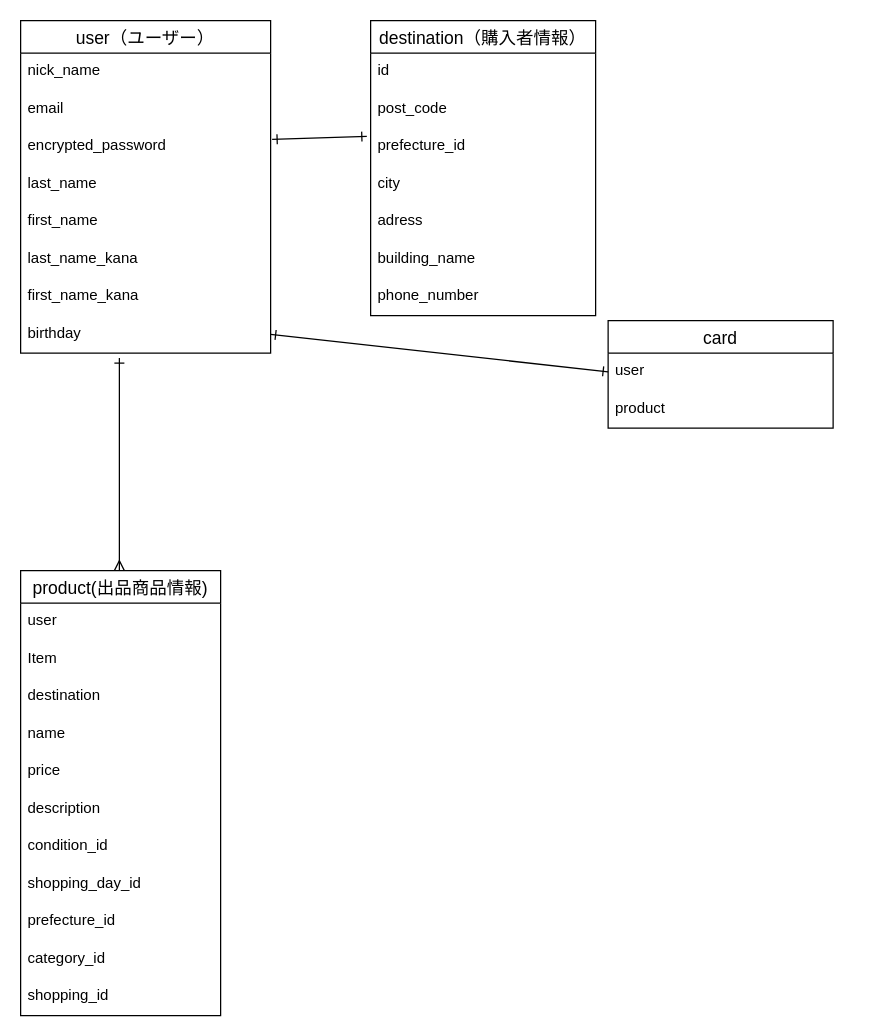
The draw.io diagram Furima.dio in yk-kasshi/furima-39089, before the edit. Source tidied: cells renumbered, new cells numbered last; positions are measured from the earlier drawing's top-left corner, leaving out a move shared by most shapes. Both pictures are drawn from the tidied source at 125%, with x=0, y=0 at pixel (20, 20).
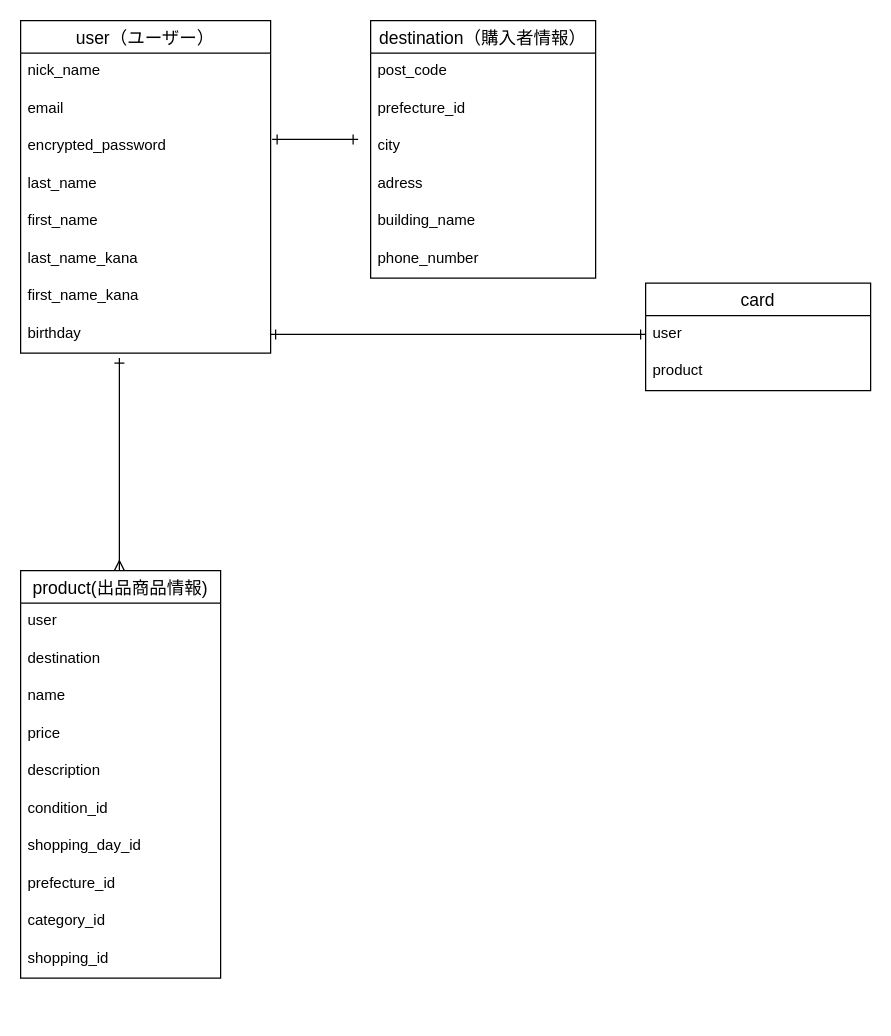
Above is the later version.

Commit message:
データベース設計の修正９

Unchanged cells that the change refers to:
```xml
<mxCell id="5" value="encrypted_password" style="text;strokeColor=none;fillColor=none;spacingLeft=4;spacingRight=4;overflow=hidden;points=[[0,0.5],[1,0.5]];portConstraint=eastwest;fontSize=12;rounded=0;" parent="2" vertex="1">
  <mxGeometry y="86" width="200" height="30" as="geometry" />
</mxCell>
```

The edit, as a diff of the source:
```diff
@@
     <mxCell id="12" value="product(出品商品情報)" style="swimlane;fontStyle=0;horizontal=1;startSize=26;align=center;fontSize=14;rounded=0;strokeColor=default;direction=east;perimeterSpacing=0;" parent="1" vertex="1">
-      <mxGeometry y="440" width="160" height="356" as="geometry" />
+      <mxGeometry y="440" width="160" height="326" as="geometry" />
     </mxCell>
@@
-    <mxCell id="14" value="Item" style="text;strokeColor=none;fillColor=none;spacingLeft=4;spacingRight=4;overflow=hidden;fontSize=12;" parent="12" vertex="1">
-      <mxGeometry y="56" width="160" height="30" as="geometry" />
-    </mxCell>
     <mxCell id="15" value="destination" style="text;strokeColor=none;fillColor=none;spacingLeft=4;spacingRight=4;overflow=hidden;fontSize=12;" parent="12" vertex="1">
-      <mxGeometry y="86" width="160" height="30" as="geometry" />
+      <mxGeometry y="56" width="160" height="30" as="geometry" />
     </mxCell>
     <mxCell id="16" value="name" style="text;strokeColor=none;fillColor=none;spacingLeft=4;spacingRight=4;overflow=hidden;fontSize=12;rounded=0;" parent="12" vertex="1">
-      <mxGeometry y="116" width="160" height="30" as="geometry" />
+      <mxGeometry y="86" width="160" height="30" as="geometry" />
     </mxCell>
     <mxCell id="17" value="price" style="text;strokeColor=none;fillColor=none;spacingLeft=4;spacingRight=4;overflow=hidden;fontSize=12;rounded=0;" parent="12" vertex="1">
-      <mxGeometry y="146" width="160" height="30" as="geometry" />
+      <mxGeometry y="116" width="160" height="30" as="geometry" />
     </mxCell>
     <mxCell id="18" value="description&#10;" style="text;strokeColor=none;fillColor=none;spacingLeft=4;spacingRight=4;overflow=hidden;fontSize=12;" parent="12" vertex="1">
-      <mxGeometry y="176" width="160" height="30" as="geometry" />
+      <mxGeometry y="146" width="160" height="30" as="geometry" />
     </mxCell>
     <mxCell id="19" value="condition_id" style="text;strokeColor=none;fillColor=none;spacingLeft=4;spacingRight=4;overflow=hidden;fontSize=12;" parent="12" vertex="1">
-      <mxGeometry y="206" width="160" height="30" as="geometry" />
+      <mxGeometry y="176" width="160" height="30" as="geometry" />
     </mxCell>
     <mxCell id="20" value="shopping_day_id" style="text;strokeColor=none;fillColor=none;spacingLeft=4;spacingRight=4;overflow=hidden;fontSize=12;rounded=0;" parent="12" vertex="1">
-      <mxGeometry y="236" width="160" height="30" as="geometry" />
+      <mxGeometry y="206" width="160" height="30" as="geometry" />
     </mxCell>
     <mxCell id="21" value="prefecture_id" style="text;strokeColor=none;fillColor=none;spacingLeft=4;spacingRight=4;overflow=hidden;fontSize=12;rounded=0;" parent="12" vertex="1">
-      <mxGeometry y="266" width="160" height="30" as="geometry" />
+      <mxGeometry y="236" width="160" height="30" as="geometry" />
     </mxCell>
     <mxCell id="22" value="category_id" style="text;strokeColor=none;fillColor=none;spacingLeft=4;spacingRight=4;overflow=hidden;fontSize=12;rounded=0;" parent="12" vertex="1">
-      <mxGeometry y="296" width="160" height="30" as="geometry" />
+      <mxGeometry y="266" width="160" height="30" as="geometry" />
     </mxCell>
     <mxCell id="23" value="shopping_id" style="text;strokeColor=none;fillColor=none;spacingLeft=4;spacingRight=4;overflow=hidden;fontSize=12;rounded=0;" parent="12" vertex="1">
-      <mxGeometry y="326" width="160" height="30" as="geometry" />
+      <mxGeometry y="296" width="160" height="30" as="geometry" />
     </mxCell>
     <mxCell id="24" value="destination（購入者情報）" style="swimlane;fontStyle=0;horizontal=1;startSize=26;align=center;fontSize=14;rounded=0;" parent="1" vertex="1">
-      <mxGeometry x="280" width="180" height="236" as="geometry" />
+      <mxGeometry x="280" width="180" height="206" as="geometry" />
     </mxCell>
-    <mxCell id="25" value="id" style="text;strokeColor=none;fillColor=none;spacingLeft=4;spacingRight=4;overflow=hidden;fontSize=12;" parent="24" vertex="1">
-      <mxGeometry y="26" width="180" height="30" as="geometry" />
-    </mxCell>
     <mxCell id="26" value="post_code" style="text;strokeColor=none;fillColor=none;spacingLeft=4;spacingRight=4;overflow=hidden;fontSize=12;rounded=0;" parent="24" vertex="1">
-      <mxGeometry y="56" width="180" height="30" as="geometry" />
+      <mxGeometry y="26" width="180" height="30" as="geometry" />
     </mxCell>
     <mxCell id="27" value="prefecture_id" style="text;strokeColor=none;fillColor=none;spacingLeft=4;spacingRight=4;overflow=hidden;points=[[0,0.5],[1,0.5]];portConstraint=eastwest;fontSize=12;rounded=0;" parent="24" vertex="1">
-      <mxGeometry y="86" width="180" height="30" as="geometry" />
+      <mxGeometry y="56" width="180" height="30" as="geometry" />
     </mxCell>
     <mxCell id="28" value="city" style="text;strokeColor=none;fillColor=none;spacingLeft=4;spacingRight=4;overflow=hidden;fontSize=12;rounded=0;" parent="24" vertex="1">
-      <mxGeometry y="116" width="180" height="30" as="geometry" />
+      <mxGeometry y="86" width="180" height="30" as="geometry" />
     </mxCell>
     <mxCell id="29" value="adress" style="text;strokeColor=none;fillColor=none;spacingLeft=4;spacingRight=4;overflow=hidden;fontSize=12;rounded=0;" parent="24" vertex="1">
-      <mxGeometry y="146" width="180" height="30" as="geometry" />
+      <mxGeometry y="116" width="180" height="30" as="geometry" />
     </mxCell>
     <mxCell id="30" value="building_name" style="text;strokeColor=none;fillColor=none;spacingLeft=4;spacingRight=4;overflow=hidden;fontSize=12;rounded=0;" parent="24" vertex="1">
-      <mxGeometry y="176" width="180" height="30" as="geometry" />
+      <mxGeometry y="146" width="180" height="30" as="geometry" />
     </mxCell>
     <mxCell id="31" value="phone_number" style="text;strokeColor=none;fillColor=none;spacingLeft=4;spacingRight=4;overflow=hidden;fontSize=12;rounded=0;" parent="24" vertex="1">
-      <mxGeometry y="206" width="180" height="30" as="geometry" />
+      <mxGeometry y="176" width="180" height="30" as="geometry" />
     </mxCell>
-    <mxCell id="32" style="edgeStyle=none;html=1;exitX=1.006;exitY=0.3;exitDx=0;exitDy=0;entryX=-0.017;entryY=0.222;entryDx=0;entryDy=0;startArrow=ERone;startFill=0;endArrow=ERone;endFill=0;exitPerimeter=0;entryPerimeter=0;" parent="1" edge="1" source="5" target="27">
-      <mxGeometry relative="1" as="geometry" />
+    <mxCell id="32" style="edgeStyle=none;html=1;exitX=1.006;exitY=0.3;exitDx=0;exitDy=0;startArrow=ERone;startFill=0;endArrow=ERone;endFill=0;exitPerimeter=0;" parent="1" edge="1" source="5">
+      <mxGeometry relative="1" as="geometry">
+        <mxPoint x="270" y="95" as="targetPoint" />
+      </mxGeometry>
     </mxCell>
     <mxCell id="33" value="card" style="swimlane;fontStyle=0;horizontal=1;startSize=26;align=center;fontSize=14;strokeColor=default;" parent="1" vertex="1">
-      <mxGeometry x="470" y="240" width="180" height="86" as="geometry" />
+      <mxGeometry x="500" y="210" width="180" height="86" as="geometry" />
     </mxCell>
```
